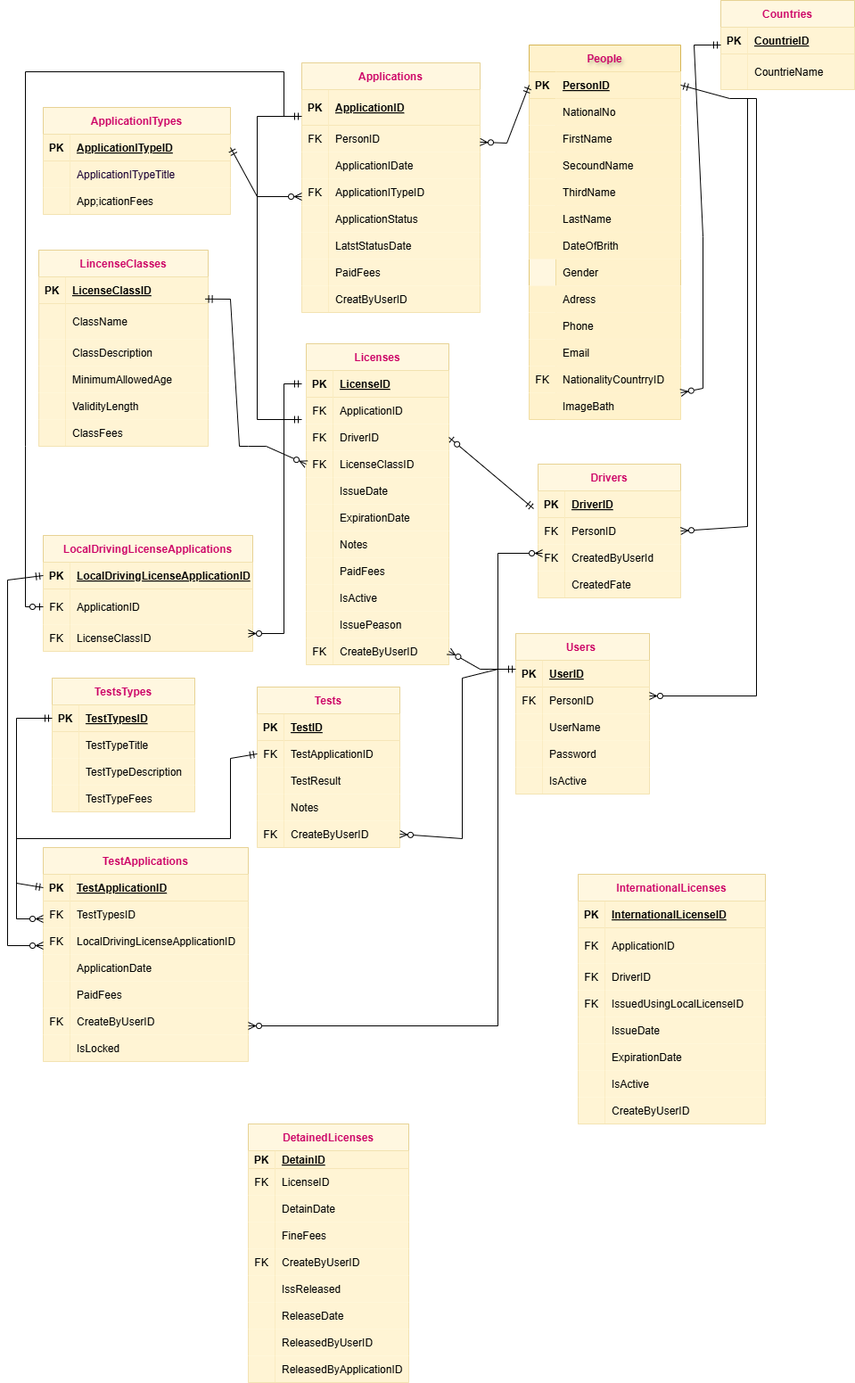
This is Untitled Diagram.drawio.png from azizadiab/Driving-License-Department, a draw.io export, as it was before one commit. Source tidied: cells renumbered, new cells last; positions are measured from the earlier drawing's top-left corner, leaving out a move shared by most shapes.
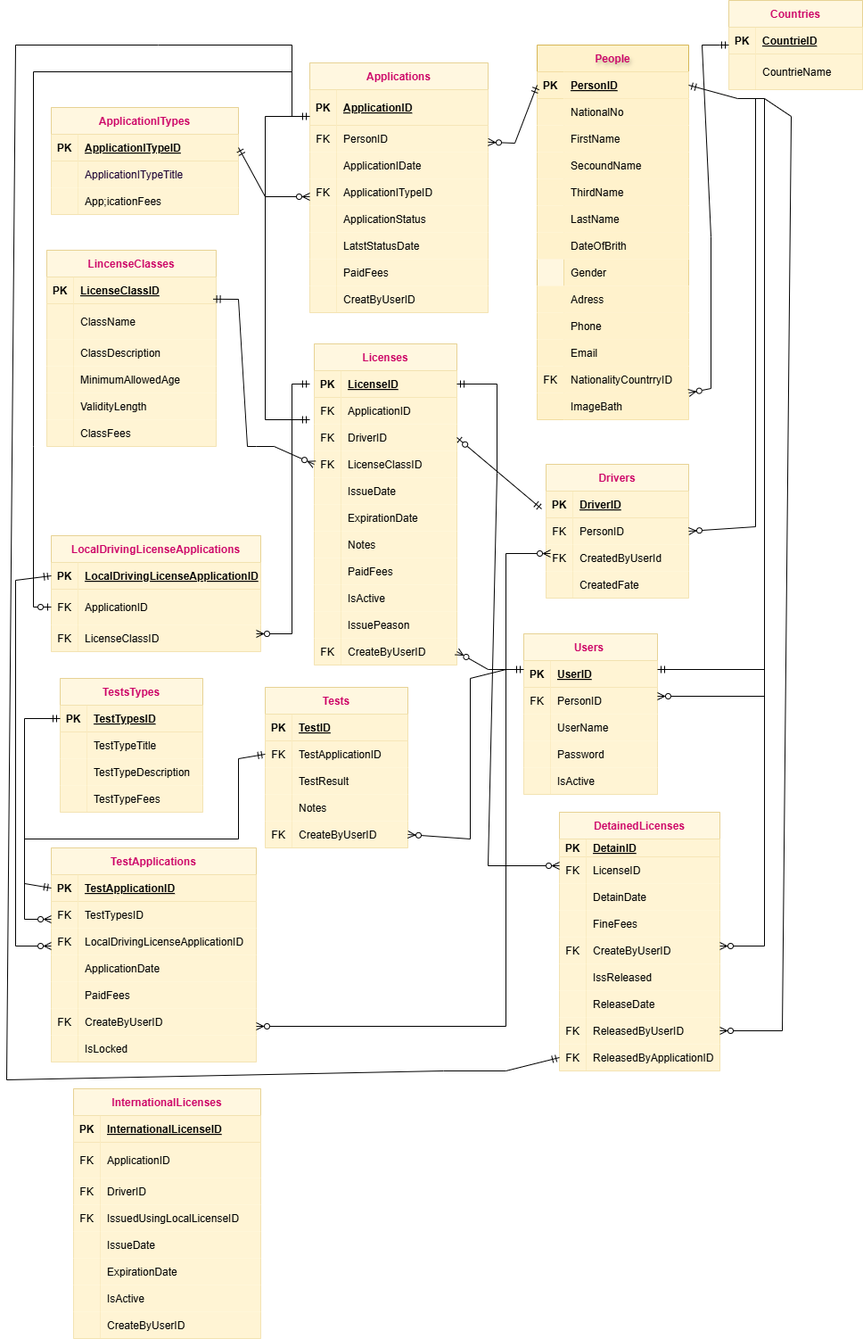
After the commit.

Diff of the diagram source:
```diff
@@ -381,7 +381,7 @@
       <mxGeometry x="30" width="200" height="30" as="geometry" />
     </mxCell>
     <mxCell id="128" value="DetainedLicenses" style="shape=table;startSize=30;rowLines=0;fontStyle=1;align=center;opacity=60;fillColor=#fff2cc;strokeColor=#d6b656;fontColor=#CC0066;" parent="1" vertex="1">
-      <mxGeometry x="270" y="1260" width="180" height="290" as="geometry" />
+      <mxGeometry x="610" y="910" width="180" height="290" as="geometry" />
     </mxCell>
     <mxCell id="129" style="shape=partialRectangle;fillColor=#fff2cc;top=0;left=0;right=0;bottom=1;opacity=60;strokeColor=#d6b656;" parent="128" vertex="1">
       <mxGeometry y="30" width="180" height="20" as="geometry" />
@@ -449,7 +449,7 @@
     <mxCell id="150" style="shape=partialRectangle;fillColor=#fff2cc;points=[[0,0.5],[1,0.5]];portConstraint=eastwest;top=0;left=0;right=0;bottom=0;opacity=60;strokeColor=#d6b656;" parent="128" vertex="1">
       <mxGeometry y="230" width="180" height="30" as="geometry" />
     </mxCell>
-    <mxCell id="151" style="shape=partialRectangle;overflow=hidden;fillColor=#fff2cc;top=0;left=0;bottom=0;right=0;opacity=60;strokeColor=#d6b656;" parent="150" vertex="1">
+    <mxCell id="151" value="FK" style="shape=partialRectangle;overflow=hidden;fillColor=#fff2cc;top=0;left=0;bottom=0;right=0;opacity=60;strokeColor=#d6b656;" parent="150" vertex="1">
       <mxGeometry width="30" height="30" as="geometry" />
     </mxCell>
     <mxCell id="152" value="ReleasedByUserID" style="shape=partialRectangle;overflow=hidden;fillColor=#fff2cc;top=0;left=0;bottom=0;right=0;align=left;spacingLeft=6;opacity=60;strokeColor=#d6b656;" parent="150" vertex="1">
@@ -458,7 +458,7 @@
     <mxCell id="153" style="shape=partialRectangle;fillColor=#fff2cc;points=[[0,0.5],[1,0.5]];portConstraint=eastwest;top=0;left=0;right=0;bottom=0;opacity=60;strokeColor=#d6b656;" parent="128" vertex="1">
       <mxGeometry y="260" width="180" height="30" as="geometry" />
     </mxCell>
-    <mxCell id="154" style="shape=partialRectangle;overflow=hidden;fillColor=#fff2cc;top=0;left=0;bottom=0;right=0;opacity=60;strokeColor=#d6b656;" parent="153" vertex="1">
+    <mxCell id="154" value="FK" style="shape=partialRectangle;overflow=hidden;fillColor=#fff2cc;top=0;left=0;bottom=0;right=0;opacity=60;strokeColor=#d6b656;" parent="153" vertex="1">
       <mxGeometry width="30" height="30" as="geometry" />
     </mxCell>
     <mxCell id="155" value="ReleasedByApplicationID" style="shape=partialRectangle;overflow=hidden;fillColor=#fff2cc;top=0;left=0;bottom=0;right=0;align=left;spacingLeft=6;opacity=60;strokeColor=#d6b656;" parent="153" vertex="1">
@@ -693,7 +693,7 @@
       <mxGeometry x="30" width="205" height="30" as="geometry" />
     </mxCell>
     <mxCell id="232" value="InternationalLicenses" style="shape=table;startSize=30;rowLines=0;fontStyle=1;align=center;opacity=60;fillColor=#fff2cc;strokeColor=#d6b656;fontColor=#CC0066;" parent="1" vertex="1">
-      <mxGeometry x="640" y="980" width="210" height="280" as="geometry" />
+      <mxGeometry x="65" y="1220" width="210" height="280" as="geometry" />
     </mxCell>
     <mxCell id="233" style="shape=partialRectangle;fillColor=#fff2cc;top=0;left=0;right=0;bottom=1;opacity=60;strokeColor=#d6b656;" parent="232" vertex="1">
       <mxGeometry y="30" width="210" height="30" as="geometry" />
@@ -993,5 +993,48 @@
         </Array>
       </mxGeometry>
     </mxCell>
+    <mxCell id="297" style="endArrow=ERzeroToMany;html=1;rounded=0;startArrow=ERmandOne;startFill=0;endFill=0;" parent="1" edge="1" source="189">
+      <mxGeometry relative="1" as="geometry">
+        <mxPoint x="610" y="970" as="targetPoint" />
+        <Array as="points">
+          <mxPoint x="540" y="430" />
+          <mxPoint x="540" y="530" />
+          <mxPoint x="530" y="970" />
+        </Array>
+      </mxGeometry>
+    </mxCell>
+    <mxCell id="298" style="endArrow=ERmandOne;html=1;rounded=0;startArrow=ERzeroToMany;startFill=0;endFill=0;" parent="1" edge="1">
+      <mxGeometry relative="1" as="geometry">
+        <mxPoint x="790" y="1060" as="sourcePoint" />
+        <mxPoint x="720" y="750" as="targetPoint" />
+        <Array as="points">
+          <mxPoint x="840" y="1060" />
+          <mxPoint x="840" y="750" />
+        </Array>
+      </mxGeometry>
+    </mxCell>
+    <mxCell id="299" style="endArrow=none;html=1;rounded=0;exitX=1;exitY=0.5;exitDx=0;exitDy=0;startArrow=ERzeroToMany;startFill=0;" parent="1" edge="1" source="150">
+      <mxGeometry relative="1" as="geometry">
+        <mxPoint x="840" y="110" as="targetPoint" />
+        <Array as="points">
+          <mxPoint x="860" y="1155" />
+          <mxPoint x="870" y="130" />
+        </Array>
+      </mxGeometry>
+    </mxCell>
+    <mxCell id="300" style="endArrow=ERmandOne;html=1;rounded=0;entryX=0;entryY=0.5;entryDx=0;entryDy=0;endFill=0;" parent="1" edge="1" target="153">
+      <mxGeometry relative="1" as="geometry">
+        <mxPoint x="310" y="130" as="sourcePoint" />
+        <Array as="points">
+          <mxPoint x="310" y="80" />
+          <mxPoint x="310" y="50" />
+          <mxPoint x="160" y="50" />
+          <mxPoint y="50" />
+          <mxPoint x="-10" y="1210" />
+          <mxPoint x="480" y="1200" />
+          <mxPoint x="550" y="1200" />
+        </Array>
+      </mxGeometry>
+    </mxCell>
   </root>
 </mxGraphModel>
```
